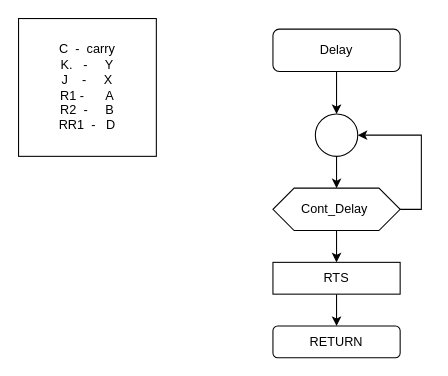
Above: 8_runmeter623/diagrams/2-delay.drawio in brown9804/Dragon12_MC9S12DP256 (draw.io), before the change. Source tidied: cells renumbered, new cells numbered last; positions are measured from the earlier drawing's top-left corner, leaving out a move shared by most shapes. Both pictures are drawn from the tidied source at 106%, with x=0, y=0 at pixel (18, 18).
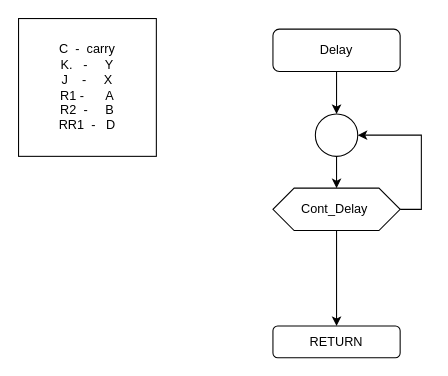
After the change.

Change to the diagram source:
```diff
@@
 <mxGraphModel>
   <root>
     <mxCell id="0" />
     <mxCell id="1" parent="0" />
     <mxCell id="2" value="C &amp;nbsp;- &amp;nbsp;carry&lt;br&gt;K. &amp;nbsp; - &amp;nbsp; &amp;nbsp; Y&lt;br&gt;J &amp;nbsp; &amp;nbsp;- &amp;nbsp; &amp;nbsp; X&lt;br&gt;R1 - &amp;nbsp; &amp;nbsp; &amp;nbsp;A&lt;br&gt;R2 &amp;nbsp;- &amp;nbsp; &amp;nbsp; B&lt;br&gt;RR1 &amp;nbsp;- &amp;nbsp; D" style="whiteSpace=wrap;html=1;" parent="1" vertex="1">
       <mxGeometry width="130" height="130" as="geometry" />
     </mxCell>
     <mxCell id="3" style="edgeStyle=orthogonalEdgeStyle;rounded=0;jettySize=auto;html=1;exitX=0.5;exitY=1;exitDx=0;exitDy=0;" parent="1" edge="1" source="4" target="6">
       <mxGeometry relative="1" as="geometry" />
     </mxCell>
     <mxCell id="4" value="Delay" style="rounded=1;whiteSpace=wrap;html=1;" parent="1" vertex="1">
       <mxGeometry x="240" y="10" width="120" height="40" as="geometry" />
     </mxCell>
     <mxCell id="5" style="edgeStyle=orthogonalEdgeStyle;rounded=0;jettySize=auto;html=1;exitX=0.5;exitY=1;exitDx=0;exitDy=0;" parent="1" edge="1" source="6" target="9">
       <mxGeometry relative="1" as="geometry" />
     </mxCell>
     <mxCell id="6" style="ellipse;whiteSpace=wrap;html=1;" parent="1" vertex="1">
       <mxGeometry x="280" y="90" width="40" height="40" as="geometry" />
     </mxCell>
     <mxCell id="7" style="edgeStyle=orthogonalEdgeStyle;rounded=0;jettySize=auto;html=1;exitX=1;exitY=0.5;exitDx=0;exitDy=0;entryX=1;entryY=0.5;entryDx=0;entryDy=0;" parent="1" edge="1" source="9" target="6">
       <mxGeometry relative="1" as="geometry" />
     </mxCell>
-    <mxCell id="8" style="edgeStyle=orthogonalEdgeStyle;rounded=0;jettySize=auto;html=1;exitX=0.5;exitY=1;exitDx=0;exitDy=0;" parent="1" edge="1" source="9" target="12">
-      <mxGeometry relative="1" as="geometry" />
-    </mxCell>
+    <mxCell id="13" style="edgeStyle=orthogonalEdgeStyle;rounded=0;jettySize=auto;html=1;exitX=0.5;exitY=1;exitDx=0;exitDy=0;entryX=0.5;entryY=0;entryDx=0;entryDy=0;" parent="1" edge="1" source="9" target="10">
+      <mxGeometry relative="1" as="geometry" />
+    </mxCell>
     <mxCell id="9" value="Cont_Delay&amp;nbsp;" style="shape=hexagon;perimeter=hexagonPerimeter2;whiteSpace=wrap;html=1;fixedSize=1;" parent="1" vertex="1">
       <mxGeometry x="240" y="160" width="120" height="40" as="geometry" />
     </mxCell>
     <mxCell id="10" value="RETURN" style="rounded=1;whiteSpace=wrap;html=1;" parent="1" vertex="1">
       <mxGeometry x="240" y="290" width="120" height="30" as="geometry" />
     </mxCell>
-    <mxCell id="11" style="edgeStyle=orthogonalEdgeStyle;rounded=0;jettySize=auto;html=1;exitX=0.5;exitY=1;exitDx=0;exitDy=0;" parent="1" edge="1" source="12" target="10">
-      <mxGeometry relative="1" as="geometry" />
-    </mxCell>
-    <mxCell id="12" value="RTS" style="rounded=0;whiteSpace=wrap;html=1;" parent="1" vertex="1">
-      <mxGeometry x="240" y="230" width="120" height="30" as="geometry" />
-    </mxCell>
   </root>
 </mxGraphModel>
```
